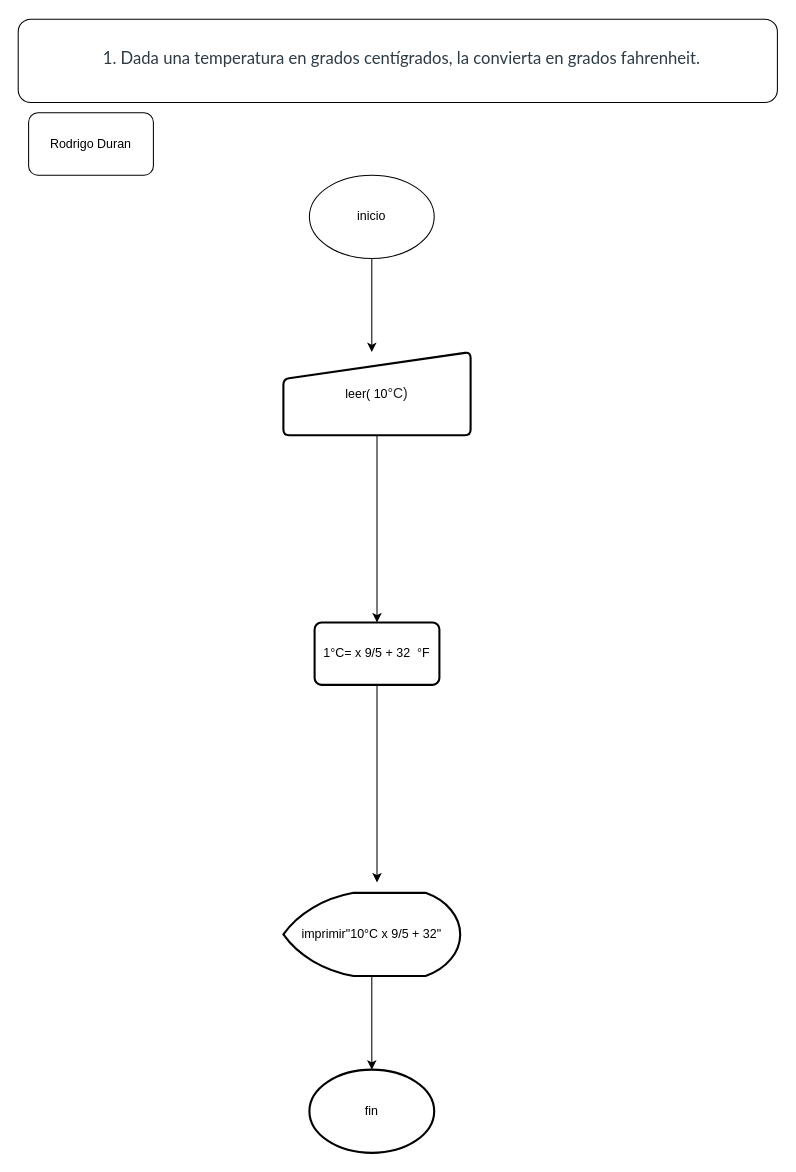
12RodrigoDuran/Formula keeps this draw.io diagram as page "Page-1" (1 of 3) of Untitled Diagram.drawio. Above is the earlier version. Source tidied: cells renumbered, new cells numbered last; positions are measured from the earlier drawing's top-left corner, leaving out a move shared by most shapes. Both pictures are drawn from the tidied source at 104%, with x=0, y=0 at pixel (18, 19).
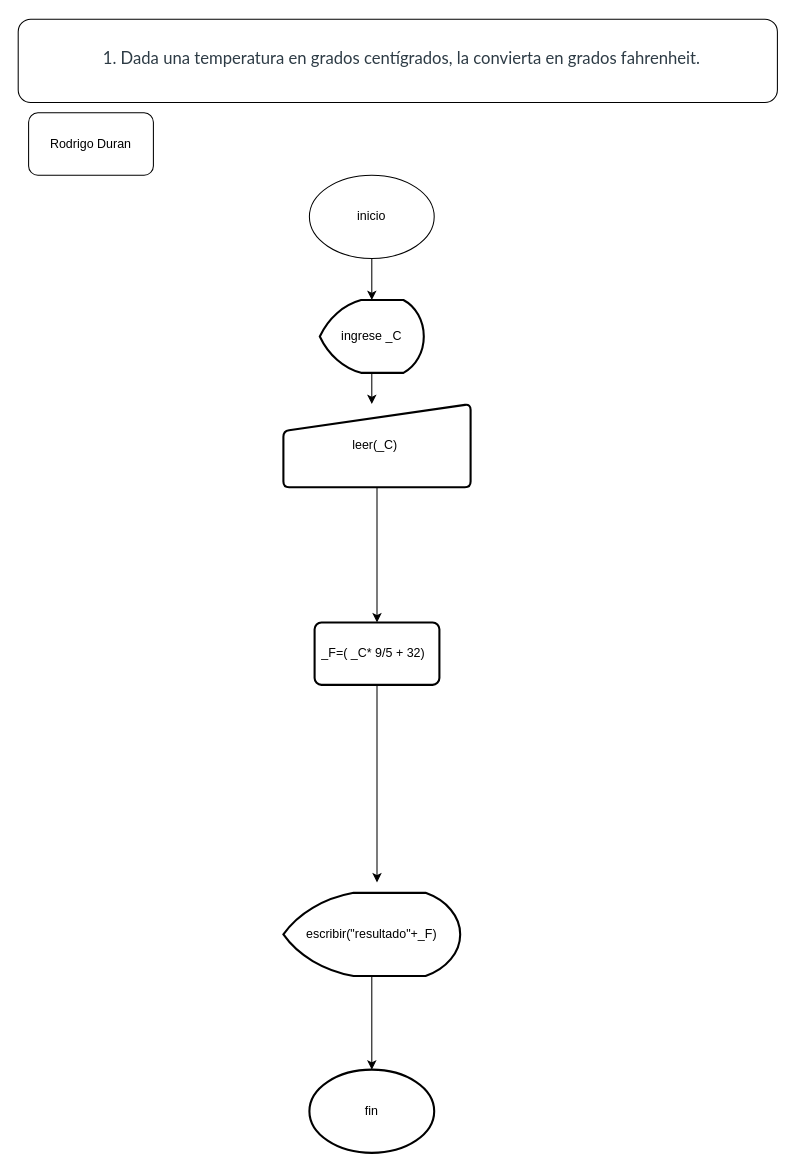
Above is the later version.

What changed in the source:
```diff
@@
 <mxGraphModel>
   <root>
     <mxCell id="0" />
     <mxCell id="1" parent="0" />
     <mxCell id="2" value="&#10;&#10;&lt;ol style=&quot;padding: 0px; margin: 0px 0px 6px 25px; color: rgb(45, 59, 69); font-family: latoweb, &amp;quot;lato extended&amp;quot;, lato, &amp;quot;helvetica neue&amp;quot;, helvetica, arial, sans-serif; font-size: 16px; font-style: normal; font-weight: 400; letter-spacing: normal; text-indent: 0px; text-transform: none; word-spacing: 0px; background-color: rgb(255, 255, 255);&quot;&gt;&lt;li&gt;Dada una temperatura en grados centígrados, la convierta en grados fahrenheit.&lt;/li&gt;&lt;/ol&gt;&#10;&#10;" style="rounded=1;whiteSpace=wrap;html=1;" parent="1" vertex="1">
       <mxGeometry width="730" height="80" as="geometry" />
     </mxCell>
-    <mxCell id="3" style="edgeStyle=orthogonalEdgeStyle;rounded=0;jettySize=auto;html=1;" parent="1" edge="1" source="4" target="6">
+    <mxCell id="3" style="edgeStyle=orthogonalEdgeStyle;rounded=0;jettySize=auto;html=1;" parent="1" edge="1" source="13" target="6">
       <mxGeometry relative="1" as="geometry">
         <Array as="points">
-          <mxPoint x="340" y="300" />
           <mxPoint x="340" y="300" />
         </Array>
       </mxGeometry>
     </mxCell>
     <mxCell id="4" value="inicio" style="ellipse;whiteSpace=wrap;html=1;" parent="1" vertex="1">
       <mxGeometry x="280" y="150" width="120" height="80" as="geometry" />
     </mxCell>
     <mxCell id="5" style="edgeStyle=orthogonalEdgeStyle;rounded=0;jettySize=auto;html=1;" parent="1" edge="1" source="6" target="8">
       <mxGeometry relative="1" as="geometry" />
     </mxCell>
-    <mxCell id="6" value="&lt;div style=&quot;text-align: left&quot;&gt;&lt;span&gt;leer( 10&lt;/span&gt;&lt;font color=&quot;#202124&quot; face=&quot;arial, sans-serif&quot;&gt;&lt;span style=&quot;font-size: 13.3333px ; background-color: rgb(255 , 255 , 255)&quot;&gt;°C)&lt;/span&gt;&lt;/font&gt;&lt;/div&gt;" style="html=1;strokeWidth=2;shape=manualInput;whiteSpace=wrap;rounded=1;size=26;arcSize=11;" parent="1" vertex="1">
-      <mxGeometry x="255" y="320" width="180" height="80" as="geometry" />
+    <mxCell id="6" value="&lt;div style=&quot;text-align: left&quot;&gt;&lt;span&gt;leer(_C)&amp;nbsp;&lt;/span&gt;&lt;/div&gt;" style="html=1;strokeWidth=2;shape=manualInput;whiteSpace=wrap;rounded=1;size=26;arcSize=11;" parent="1" vertex="1">
+      <mxGeometry x="255" y="370" width="180" height="80" as="geometry" />
     </mxCell>
     <mxCell id="7" style="edgeStyle=orthogonalEdgeStyle;rounded=0;jettySize=auto;html=1;" parent="1" edge="1" source="8">
       <mxGeometry relative="1" as="geometry">
         <mxPoint x="345" y="830" as="targetPoint" />
       </mxGeometry>
     </mxCell>
-    <mxCell id="8" value="1°C= x 9/5 + 32&amp;nbsp; °F" style="whiteSpace=wrap;html=1;rounded=1;strokeWidth=2;arcSize=11;" parent="1" vertex="1">
+    <mxCell id="8" value="_F=( _C* 9/5 + 32)&amp;nbsp;&amp;nbsp;" style="whiteSpace=wrap;html=1;rounded=1;strokeWidth=2;arcSize=11;" parent="1" vertex="1">
       <mxGeometry x="285" y="580" width="120" height="60" as="geometry" />
     </mxCell>
     <mxCell id="9" style="edgeStyle=orthogonalEdgeStyle;rounded=0;jettySize=auto;html=1;" parent="1" edge="1" source="10" target="11">
       <mxGeometry relative="1" as="geometry" />
     </mxCell>
-    <mxCell id="10" value="imprimir&quot;10°C x 9/5 + 32&quot;" style="strokeWidth=2;html=1;shape=mxgraph.flowchart.display;whiteSpace=wrap;" parent="1" vertex="1">
+    <mxCell id="10" value="escribir(&quot;resultado&quot;+_F)" style="strokeWidth=2;html=1;shape=mxgraph.flowchart.display;whiteSpace=wrap;" parent="1" vertex="1">
       <mxGeometry x="255" y="840" width="170" height="80" as="geometry" />
     </mxCell>
     <mxCell id="11" value="fin" style="ellipse;whiteSpace=wrap;html=1;strokeWidth=2;" parent="1" vertex="1">
       <mxGeometry x="280" y="1010" width="120" height="80" as="geometry" />
     </mxCell>
     <mxCell id="12" value="Rodrigo Duran" style="rounded=1;whiteSpace=wrap;html=1;" parent="1" vertex="1">
       <mxGeometry x="10" y="90" width="120" height="60" as="geometry" />
     </mxCell>
+    <mxCell id="13" value="ingrese _C" style="strokeWidth=2;html=1;shape=mxgraph.flowchart.display;whiteSpace=wrap;" parent="1" vertex="1">
+      <mxGeometry x="290" y="270" width="100" height="70" as="geometry" />
+    </mxCell>
+    <mxCell id="14" style="edgeStyle=orthogonalEdgeStyle;rounded=0;jettySize=auto;html=1;" parent="1" edge="1" source="4" target="13">
+      <mxGeometry relative="1" as="geometry">
+        <Array as="points">
+          <mxPoint x="340" y="300" />
+        </Array>
+      </mxGeometry>
+    </mxCell>
   </root>
 </mxGraphModel>
```
